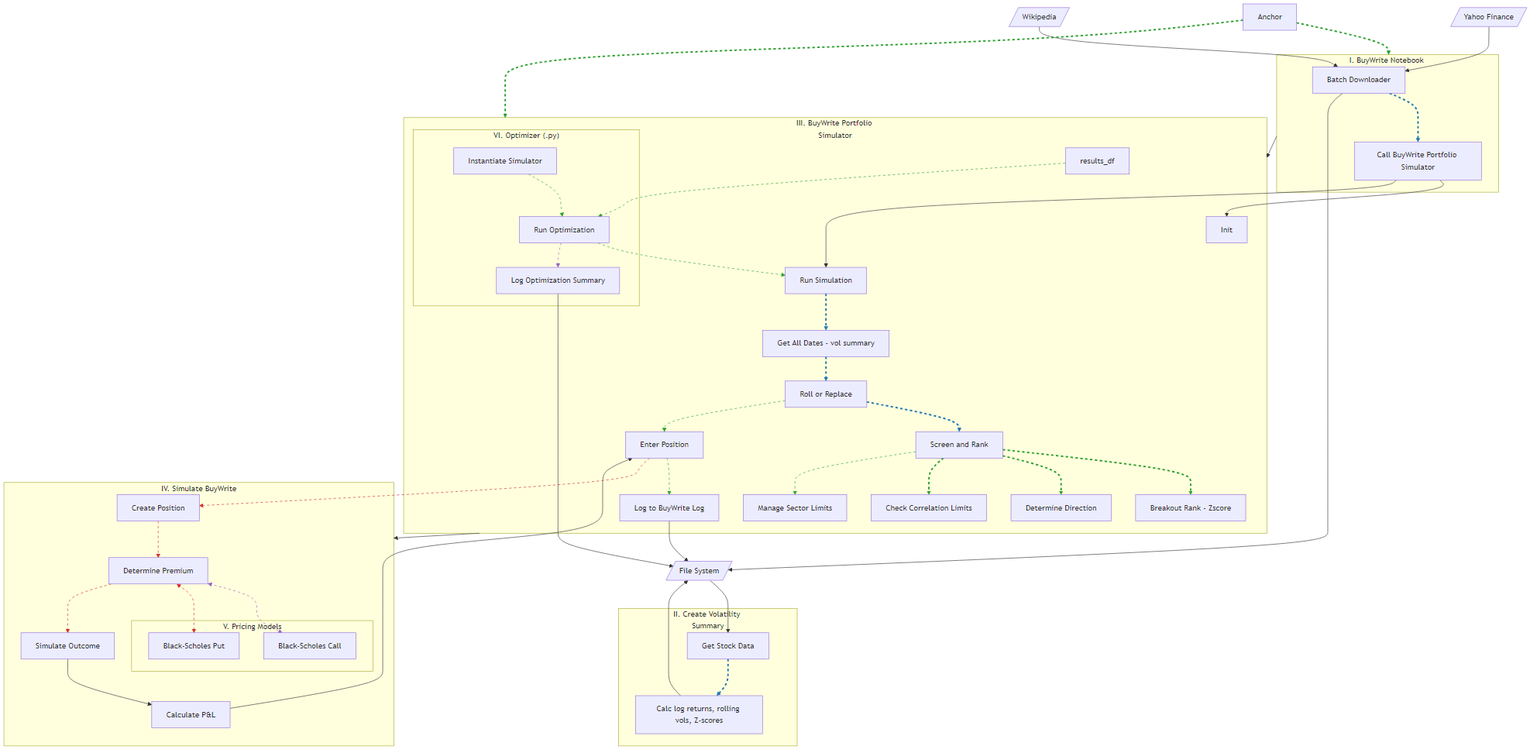
Earlier version of the Mermaid export FinalProject/notebooks/simulator_flow.png (glade90/BuyWrite). Its source is kept beside it as FinalProject/notebooks/simulator_flow.mmd.
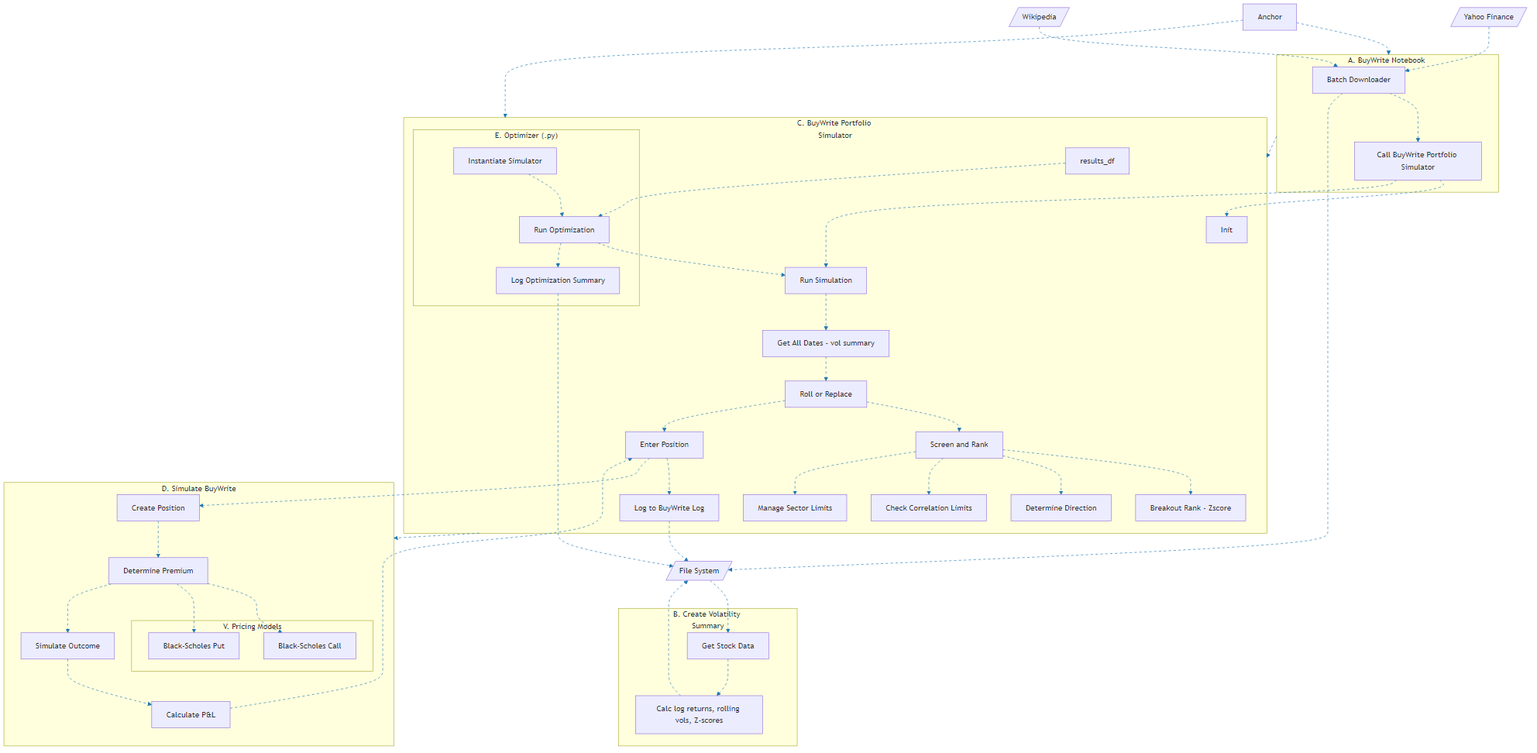
Later version of the same file.

What changed in the source:
```diff
@@ -1,26 +1,26 @@
 flowchart TD
 
     TOP[Anchor]
-    TOP --> NB
-    TOP --> SIM
+    TOP -.-> NB
+    TOP -.-> SIM
 
     YF[/"Yahoo Finance"/]
     WP[/"Wikipedia"/]
     FS[/"File System"/]
 
-    subgraph NB["I. BuyWrite Notebook (ipynb)"]
+    subgraph NB["A. BuyWrite Notebook (ipynb)"]
         BATCH[Batch Downloader]
         CALLSIM[Call BuyWrite Portfolio Simulator]
-        BATCH --> CALLSIM
+        BATCH -.-> CALLSIM
     end
 
-    subgraph VOLDF["II. Create Volatility Summary"]
+    subgraph VOLDF["B. Create Volatility Summary"]
         GETDATA[Get Stock Data]
         CALCS[Calc log returns, rolling vols, Z-scores]
-        GETDATA --> CALCS
+        GETDATA -.-> CALCS
     end
 
-    subgraph SIM["III. BuyWrite Portfolio Simulator"]
+    subgraph SIM["C. BuyWrite Portfolio Simulator"]
         INIT[Init]
         RUN[Run Simulation]
         VOL[Get All Dates - vol summary]
@@ -34,25 +34,25 @@
         LOG[Log to BuyWrite Log]
         RESULTS[results_df]
 
-        subgraph OPTIM["VI. Optimizer (.py)"]
+        subgraph OPTIM["E. Optimizer (.py)"]
             INITOPT[Instantiate Simulator]
             RUNOPT[Run Optimization]
             SUMMARY[Log Optimization Summary]
         end
 
-        RUN --> VOL --> ROLL
-        ROLL --> SCREEN --> ZSCORE
-        SCREEN --> DIR
-        SCREEN --> CORR
-        SCREEN --> SECTOR
-        ROLL --> ENTER --> LOG
+        RUN -.-> VOL -.-> ROLL
+        ROLL -.-> SCREEN -.-> ZSCORE
+        SCREEN -.-> DIR
+        SCREEN -.-> CORR
+        SCREEN -.-> SECTOR
+        ROLL -.-> ENTER -.-> LOG
 
-        INITOPT --> RUNOPT
-        RUNOPT --> RUN
-        RESULTS --> RUNOPT --> SUMMARY
+        INITOPT -.-> RUNOPT
+        RUNOPT -.-> RUN
+        RESULTS -.-> RUNOPT -.-> SUMMARY
     end
 
-    subgraph SIMULATE["IV. Simulate BuyWrite"]
+    subgraph SIMULATE["D. Simulate BuyWrite"]
         CREATE[Create Position]
         PREMIUM[Determine Premium]
         OUTCOME[Simulate Outcome]
@@ -63,47 +63,24 @@
             PUTPRICE[Black-Scholes Put]
         end
 
-        PREMIUM <--> CALLPRICE
-        PREMIUM <--> PUTPRICE
+        PREMIUM -.-> CALLPRICE
+        PREMIUM -.-> PUTPRICE
     end
 
-    ENTER --> CREATE
-    CREATE --> PREMIUM --> OUTCOME --> PNL --> ENTER
+    ENTER -.-> CREATE
+    CREATE -.-> PREMIUM -.-> OUTCOME -.-> PNL -.-> ENTER
 
-    YF --> BATCH
-    WP --> BATCH
-    BATCH --> FS
-    FS --> GETDATA
-    CALCS --> FS
-    CALLSIM --> INIT
-    CALLSIM --> RUN
-    LOG --> FS
-    SUMMARY --> FS
-    NB --> SIM
-    SIM --> SIMULATE
+    YF -.-> BATCH
+    WP -.-> BATCH
+    BATCH -.-> FS
+    FS -.-> GETDATA
+    CALCS -.-> FS
+    CALLSIM -.-> INIT
+    CALLSIM -.-> RUN
+    LOG -.-> FS
+    SUMMARY -.-> FS
+    NB -.-> SIM
+    SIM -.-> SIMULATE
 
-    linkStyle 0 stroke:#2ca02c,stroke-width:3px,stroke-dasharray:5,5
-    linkStyle 1 stroke:#2ca02c,stroke-width:3px,stroke-dasharray:5,5
-
-    linkStyle 2 stroke:#1f77b4,stroke-width:3px,stroke-dasharray:5,5
-    linkStyle 3 stroke:#1f77b4,stroke-width:3px,stroke-dasharray:5,5
-    linkStyle 4 stroke:#1f77b4,stroke-width:3px,stroke-dasharray:5,5
-    linkStyle 5 stroke:#1f77b4,stroke-width:3px,stroke-dasharray:5,5
-    linkStyle 6 stroke:#1f77b4,stroke-width:3px,stroke-dasharray:5,5
-
-    linkStyle 7 stroke:#2ca02c,stroke-width:3px,stroke-dasharray:5,5
-    linkStyle 8 stroke:#2ca02c,stroke-width:3px,stroke-dasharray:5,5
-    linkStyle 9 stroke:#2ca02c,stroke-width:3px,stroke-dasharray:5,5
-    linkStyle 10 stroke:#2ca02c,stroke-dasharray:5,5
-    linkStyle 11 stroke:#2ca02c,stroke-dasharray:5,5
-    linkStyle 12 stroke:#2ca02c,stroke-dasharray:5,5
-    linkStyle 13 stroke:#2ca02c,stroke-dasharray:5,5
-    linkStyle 14 stroke:#2ca02c,stroke-dasharray:5,5
-    linkStyle 15 stroke:#2ca02c,stroke-dasharray:5,5
-    linkStyle 16 stroke:#9467bd,stroke-dasharray:5,5
-    linkStyle 17 stroke:#9467bd,stroke-dasharray:5,5
-
-    linkStyle 18 stroke:#d62728,stroke-dasharray:5,5
-    linkStyle 19 stroke:#d62728,stroke-dasharray:5,5
-    linkStyle 20 stroke:#d62728,stroke-dasharray:5,5
-    linkStyle 21 stroke:#d62728,stroke-dasharray:5,5
+    classDef defaultLinkStyle stroke:#1f77b4,stroke-width:2px,stroke-dasharray:5,5;
+    linkStyle default stroke:#1f77b4,stroke-dasharray:5,5;
```
